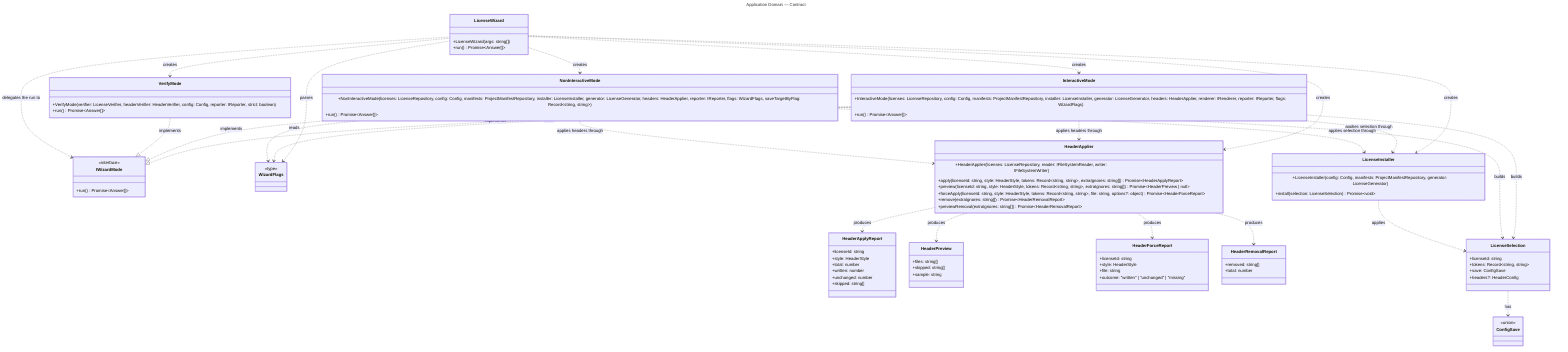
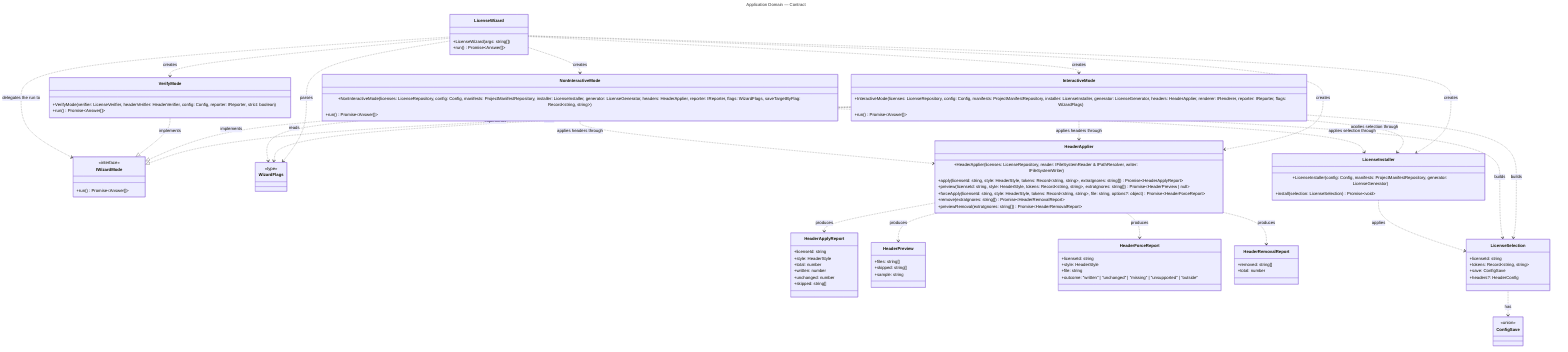
---
title: Application Domain — Contract
---
classDiagram
  direction TB

  %% Domain: Application (src root + src/modes)
  %% Focused per-domain view extracted from ../class-diagram.mmd.
  %% Shows ONLY Application-domain classes and their intra-domain relationships.
  %% Cross-domain relationships (to CLI, Licensing, Configuration, Headers, Verify)
  %% are intentionally omitted — see ../class-diagram.mmd for the full picture.
  %%
  %% LicenseWizard is the bootstrap / composition root and the mode router: it
  %% wires the shared graph together and delegates each run to one of the three
  %% modes through the IWizardMode contract. Most of its (and the modes')
  %% relationships point outward into other domains and so do not appear here.

  class LicenseWizard {
    +LicenseWizard(args: string[])
    +run() Promise~Answer[]~
  }

  class IWizardMode {
    <<interface>>
    +run() Promise~Answer[]~
  }

  class InteractiveMode {
    +InteractiveMode(licenses: LicenseRepository, config: Config, manifests: ProjectManifestRepository, installer: LicenseInstaller, generator: LicenseGenerator, headers: HeaderApplier, renderer: IRenderer, reporter: IReporter, flags: WizardFlags)
    +run() Promise~Answer[]~
  }

  class NonInteractiveMode {
    +NonInteractiveMode(licenses: LicenseRepository, config: Config, manifests: ProjectManifestRepository, installer: LicenseInstaller, generator: LicenseGenerator, headers: HeaderApplier, reporter: IReporter, flags: WizardFlags, saveTargetByFlag: Record~string, string~)
    +run() Promise~Answer[]~
  }

  class VerifyMode {
    +VerifyMode(verifier: LicenseVerifier, headerVerifier: HeaderVerifier, config: Config, reporter: IReporter, strict: boolean)
    +run() Promise~Answer[]~
  }

  class WizardFlags {
    <<type>>
  }

  class LicenseInstaller {
    +LicenseInstaller(config: Config, manifests: ProjectManifestRepository, generator: LicenseGenerator)
    +install(selection: LicenseSelection) Promise~void~
  }

  class HeaderApplier {
-     +HeaderApplier(licenses: LicenseRepository, reader: IFileSystemReader, writer: IFileSystemWriter)
+     +HeaderApplier(licenses: LicenseRepository, reader: IFileSystemReader & IPathResolver, writer: IFileSystemWriter)
    +apply(licenseId: string, style: HeaderStyle, tokens: Record~string, string~, extraIgnores: string[]) Promise~HeaderApplyReport~
    +preview(licenseId: string, style: HeaderStyle, tokens: Record~string, string~, extraIgnores: string[]) Promise~HeaderPreview | null~
    +forceApply(licenseId: string, style: HeaderStyle, tokens: Record~string, string~, file: string, options?: object) Promise~HeaderForceReport~
    +remove(extraIgnores: string[]) Promise~HeaderRemovalReport~
    +previewRemoval(extraIgnores: string[]) Promise~HeaderRemovalReport~
  }

  class HeaderApplyReport {
    +licenseId: string
    +style: HeaderStyle
    +total: number
    +written: number
    +unchanged: number
    +skipped: string[]
  }

  class HeaderPreview {
    +files: string[]
    +skipped: string[]
    +sample: string
  }

  class HeaderForceReport {
    +licenseId: string
    +style: HeaderStyle
    +file: string
-     +outcome: "written" | "unchanged" | "missing"
+     +outcome: "written" | "unchanged" | "missing" | "unsupported" | "outside"
  }

  class HeaderRemovalReport {
    +removed: string[]
    +total: number
  }

  class LicenseSelection {
    +licenseId: string
    +tokens: Record~string, string~
    +save: ConfigSave
    +headers?: HeaderConfig
  }

  class ConfigSave {
    <<union>>
  }

  InteractiveMode ..|> IWizardMode : implements
  NonInteractiveMode ..|> IWizardMode : implements
  VerifyMode ..|> IWizardMode : implements

  LicenseWizard ..> IWizardMode : delegates the run to
  LicenseWizard ..> InteractiveMode : creates
  LicenseWizard ..> NonInteractiveMode : creates
  LicenseWizard ..> VerifyMode : creates
  LicenseWizard ..> LicenseInstaller : creates
  LicenseWizard ..> HeaderApplier : creates
  LicenseWizard ..> WizardFlags : parses

  InteractiveMode ..> LicenseInstaller : applies selection through
  NonInteractiveMode ..> LicenseInstaller : applies selection through
  InteractiveMode ..> HeaderApplier : applies headers through
  NonInteractiveMode ..> HeaderApplier : applies headers through
  InteractiveMode ..> LicenseSelection : builds
  NonInteractiveMode ..> LicenseSelection : builds
  InteractiveMode ..> WizardFlags : reads
  NonInteractiveMode ..> WizardFlags : reads

  LicenseInstaller ..> LicenseSelection : applies
  LicenseSelection ..> ConfigSave : has
  HeaderApplier ..> HeaderApplyReport : produces
  HeaderApplier ..> HeaderPreview : produces
  HeaderApplier ..> HeaderForceReport : produces
  HeaderApplier ..> HeaderRemovalReport : produces
